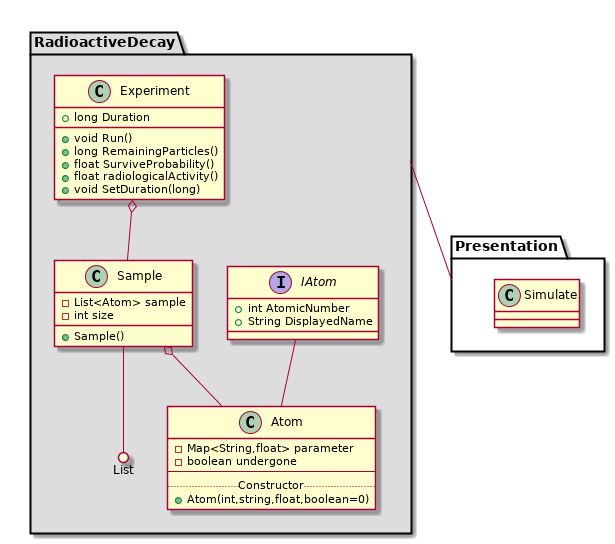
This is docs/uml.png from doma2203/RadioactiveDecay, a PlantUML export, as it was before one commit. Its source is kept beside it as docs/uml.puml. Source of this version:
```plantuml
@startuml
package RadioactiveDecay #DDDDDD {
  IAtom -- Atom
  Sample o-- Atom
  Sample --() List

  Experiment o--Sample

  interface IAtom{
    + int AtomicNumber
    + String DisplayedName
  }

class Atom{
  - Map<String,float> parameter
  - boolean undergone
  --
  ..Constructor..
  + Atom(int,string,float,boolean=0)
  + Atom(Atom)
}



class Sample{
  - List<Atom> sample
  - int size
  +Sample()
  +
}
class Experiment{
  +long Duration
  +void Run()
  +long RemainingParticles()
  +float SurviveProbability()
  +float radiologicalActivity()
  +void SetDuration(long)
}
}


namespace Presentation{
  class Simulate{

  }
}
RadioactiveDecay -- Presentation
@enduml
```
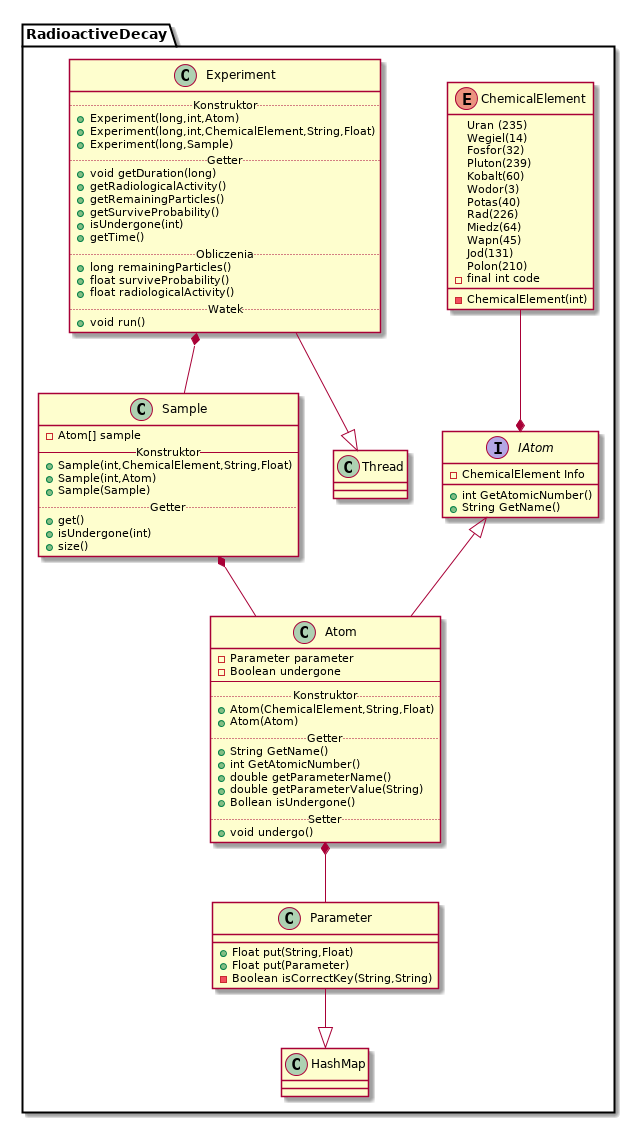
The same file after the commit.

Change to the diagram source:
```diff
@@ -1,48 +1,94 @@
 @startuml
-package RadioactiveDecay #DDDDDD {
-  IAtom -- Atom
-  Sample o-- Atom
-  Sample --() List
+package RadioactiveDecay  {
+  ChemicalElement --* IAtom
+  IAtom <|-- Atom
+  Atom *-- Parameter
+  Sample *-- Atom
+  Experiment --|> Thread
+  Experiment *-- Sample
+  Parameter --|> HashMap
+  interface IAtom{
+    - ChemicalElement Info
+    + int GetAtomicNumber()
+    + String GetName()
 
-  Experiment o--Sample
+  }
 
-  interface IAtom{
-    + int AtomicNumber
-    + String DisplayedName
+  enum ChemicalElement{
+    {field} Uran (235)
+    {field} Wegiel(14)
+    {field} Fosfor(32)
+    {field} Pluton(239)
+    {field} Kobalt(60)
+    {field} Wodor(3)
+    {field} Potas(40)
+    {field} Rad(226)
+    {field} Miedz(64)
+    {field} Wapn(45)
+    {field} Jod(131)
+    {field} Polon(210)
+    - final int code
+    - ChemicalElement(int)
+
   }
 
 class Atom{
-  - Map<String,float> parameter
-  - boolean undergone
+  - Parameter parameter
+  - Boolean undergone
   --
-  ..Constructor..
-  + Atom(int,string,float,boolean=0)
+  ..Konstruktor..
+  + Atom(ChemicalElement,String,Float)
   + Atom(Atom)
+
+  ..Getter..
+  + String GetName()
+  + int GetAtomicNumber()
+  + double getParameterName()
+  + double getParameterValue(String)
+  + Bollean isUndergone()
+
+  ..Setter..
+  +void undergo()
 }
 
+class Parameter{
++Float put(String,Float)
++Float put(Parameter)
+-Boolean isCorrectKey(String,String)
 
+}
 
 class Sample{
-  - List<Atom> sample
-  - int size
-  +Sample()
-  +
+  - Atom[] sample
+  --Konstruktor--
+  +Sample(int,ChemicalElement,String,Float)
+  +Sample(int,Atom)
+  +Sample(Sample)
+  ..Getter..
+  +get()
+  +isUndergone(int)
+  +size()
 }
+
 class Experiment{
-  +long Duration
-  +void Run()
-  +long RemainingParticles()
-  +float SurviveProbability()
+  ..Konstruktor..
+  +Experiment(long,int,Atom)
+  +Experiment(long,int,ChemicalElement,String,Float)
+  +Experiment(long,Sample)
+  ..Getter..
+  +void getDuration(long)
+  +getRadiologicalActivity()
+  +getRemainingParticles()
+  +getSurviveProbability()
+  +isUndergone(int)
+  +getTime()
+
+ ..Obliczenia..
+  +long remainingParticles()
+  +float surviveProbability()
   +float radiologicalActivity()
-  +void SetDuration(long)
+  ..Watek..
+  +void run()
 }
 }
-
-
-namespace Presentation{
-  class Simulate{
-
-  }
-}
-RadioactiveDecay -- Presentation
 @enduml
```
